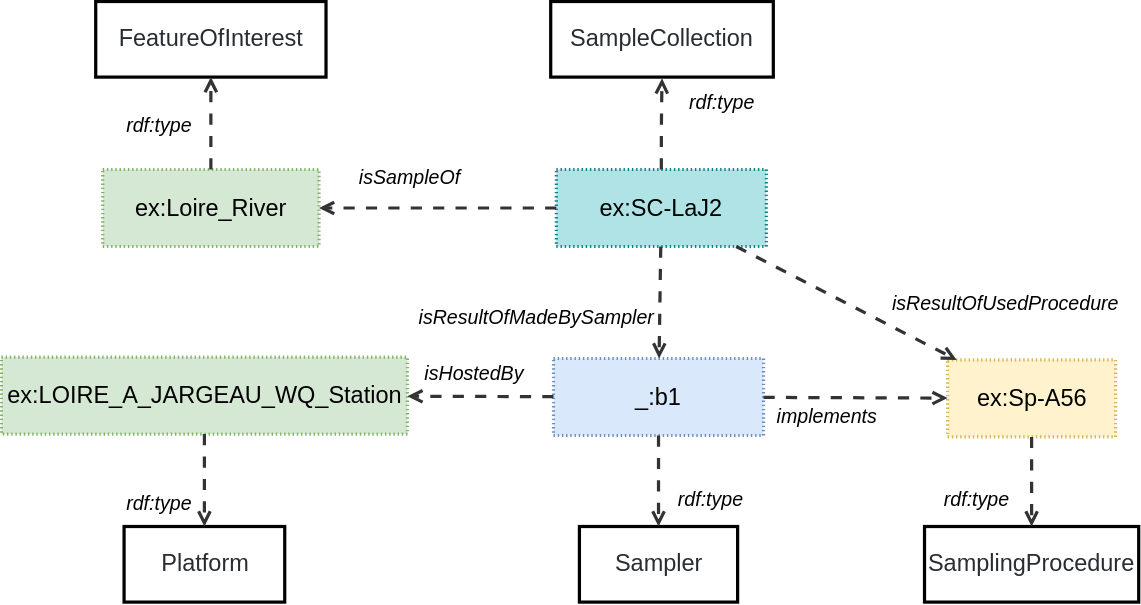
Before: ssn/images/PlannedSampleCollection.svg, a diagram exported from draw.io (w3c/sdw-sosa-ssn). Source tidied: cells renumbered, new cells last; positions are measured from the earlier drawing's top-left corner, leaving out a move shared by most shapes.
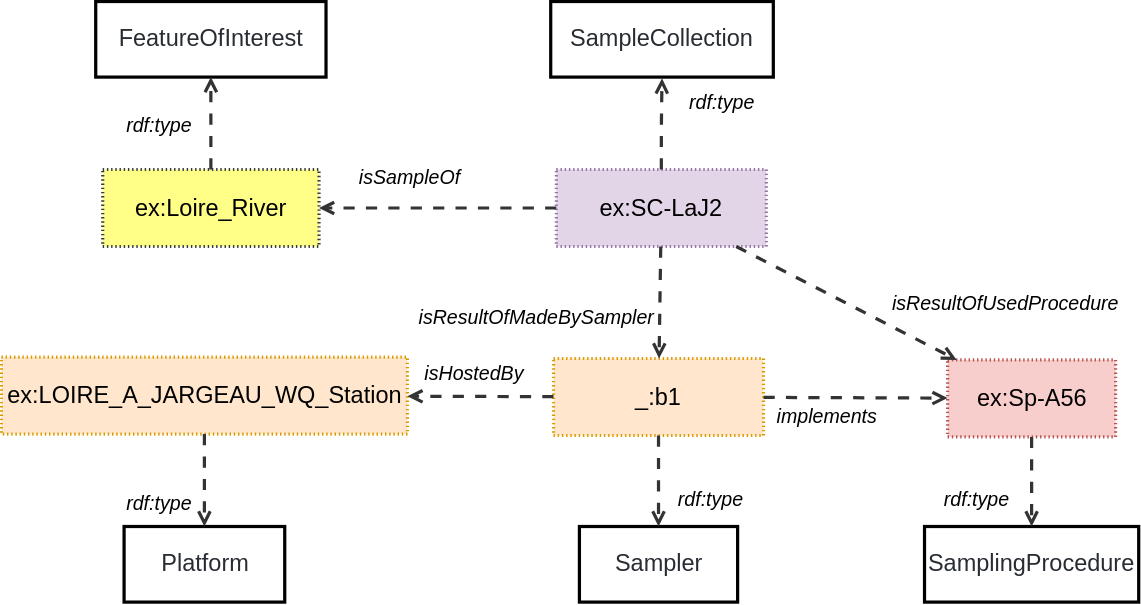
Above is the later version.

Change to the diagram source:
```diff
@@ -2,7 +2,7 @@
   <root>
     <mxCell id="0" />
     <mxCell id="1" parent="0" />
-    <mxCell id="2" value="ex:SC-LaJ2" style="html=1;overflow=block;blockSpacing=1;whiteSpace=wrap;fontSize=16.8;align=center;spacing=0;strokeOpacity=100;fillColor=#b0e3e6;dashed=1;fixDash=1;dashPattern=1 2;strokeWidth=2.3;strokeColor=#0e8088;" parent="1" vertex="1">
+    <mxCell id="2" value="ex:SC-LaJ2" style="html=1;overflow=block;blockSpacing=1;whiteSpace=wrap;fontSize=16.8;align=center;spacing=0;strokeOpacity=100;fillColor=#e1d5e7;dashed=1;fixDash=1;dashPattern=1 2;strokeWidth=2.3;strokeColor=#9673a6;" parent="1" vertex="1">
       <mxGeometry x="396.4" y="120" width="150" height="55" as="geometry" />
     </mxCell>
     <mxCell id="3" value="SampleCollection" style="html=1;overflow=block;blockSpacing=1;whiteSpace=wrap;fontSize=16.8;fontColor=#282c33;align=center;spacing=0;strokeOpacity=100;fillColor=none;strokeWidth=2.3;" parent="1" vertex="1">
@@ -14,7 +14,7 @@
     <mxCell id="5" value="rdf:type" style="html=1;overflow=block;blockSpacing=1;whiteSpace=wrap;fontSize=14;fontStyle=2;align=center;spacing=0;strokeColor=none;strokeOpacity=100;fillOpacity=100;fillColor=none;strokeWidth=2.3;lucidId=ZyNQdXScJ7d8;" parent="1" vertex="1">
       <mxGeometry x="477.4" y="57" width="75" height="30" as="geometry" />
     </mxCell>
-    <mxCell id="6" value="ex:Loire_River" style="html=1;overflow=block;blockSpacing=1;whiteSpace=wrap;fontSize=16.8;align=center;spacing=0;strokeOpacity=100;fillColor=#d5e8d4;dashed=1;fixDash=1;dashPattern=1 2;strokeWidth=2.3;strokeColor=#82b366;" parent="1" vertex="1">
+    <mxCell id="6" value="ex:Loire_River" style="html=1;overflow=block;blockSpacing=1;whiteSpace=wrap;fontSize=16.8;align=center;spacing=0;strokeOpacity=100;fillColor=#ffff88;dashed=1;fixDash=1;dashPattern=1 2;strokeWidth=2.3;strokeColor=#36393d;" parent="1" vertex="1">
       <mxGeometry x="72.4" y="120" width="154.5" height="55" as="geometry" />
     </mxCell>
     <mxCell id="7" style="html=1;jettySize=18;whiteSpace=wrap;fontSize=13;strokeColor=#333333;strokeOpacity=100;dashed=1;fixDash=1;dashPattern=8 8;strokeWidth=2.3;rounded=0;arcSize=24;startArrow=none;endArrow=open;lucidId=a.MQUB3mGXbf;exitX=0;exitY=0.5;exitDx=0;exitDy=0;" parent="1" edge="1" source="2" target="6">
@@ -32,7 +32,7 @@
     <mxCell id="11" style="html=1;jettySize=18;whiteSpace=wrap;fontSize=13;strokeColor=#333333;strokeOpacity=100;dashed=1;fixDash=1;dashPattern=8 8;strokeWidth=2.3;rounded=0;startArrow=none;endArrow=open;lucidId=XvNQ3zJcAKRb;" parent="1" edge="1" source="6" target="9">
       <mxGeometry relative="1" as="geometry" />
     </mxCell>
-    <mxCell id="12" value="_:b1" style="html=1;overflow=block;blockSpacing=1;whiteSpace=wrap;fontSize=16.8;align=center;spacing=0;strokeOpacity=100;fillColor=#dae8fc;dashed=1;fixDash=1;dashPattern=1 2;strokeWidth=2.3;strokeColor=#6c8ebf;" parent="1" vertex="1">
+    <mxCell id="12" value="_:b1" style="html=1;overflow=block;blockSpacing=1;whiteSpace=wrap;fontSize=16.8;align=center;spacing=0;strokeOpacity=100;fillColor=#ffe6cc;dashed=1;fixDash=1;dashPattern=1 2;strokeWidth=2.3;strokeColor=#d79b00;" parent="1" vertex="1">
       <mxGeometry x="394.4" y="255" width="150" height="55" as="geometry" />
     </mxCell>
     <mxCell id="13" value="Sampler" style="html=1;overflow=block;blockSpacing=1;whiteSpace=wrap;fontSize=16.8;fontColor=#282c33;align=center;spacing=0;strokeOpacity=100;fillColor=none;strokeWidth=2.3;" parent="1" vertex="1">
@@ -50,7 +50,7 @@
     <mxCell id="17" value="isResultOfMadeBySampler" style="html=1;overflow=block;blockSpacing=1;whiteSpace=wrap;fontSize=14;fontStyle=2;align=center;spacing=0;strokeColor=none;strokeOpacity=100;fillOpacity=100;fillColor=none;strokeWidth=2.3;lucidId=a.MQIzYVmevB;" parent="1" vertex="1">
       <mxGeometry x="287.4" y="210" width="190" height="30" as="geometry" />
     </mxCell>
-    <mxCell id="18" value="ex:LOIRE_A_JARGEAU_WQ_Station" style="html=1;overflow=block;blockSpacing=1;whiteSpace=wrap;fontSize=16.8;align=center;spacing=0;strokeOpacity=100;fillColor=#d5e8d4;dashed=1;fixDash=1;dashPattern=1 2;strokeWidth=2.3;strokeColor=#82b366;" parent="1" vertex="1">
+    <mxCell id="18" value="ex:LOIRE_A_JARGEAU_WQ_Station" style="html=1;overflow=block;blockSpacing=1;whiteSpace=wrap;fontSize=16.8;align=center;spacing=0;strokeOpacity=100;fillColor=#ffe6cc;dashed=1;fixDash=1;dashPattern=1 2;strokeWidth=2.3;strokeColor=#d79b00;" parent="1" vertex="1">
       <mxGeometry y="254" width="290" height="55" as="geometry" />
     </mxCell>
     <mxCell id="19" value="Platform" style="html=1;overflow=block;blockSpacing=1;whiteSpace=wrap;fontSize=16.8;fontColor=#282c33;align=center;spacing=0;strokeOpacity=100;fillColor=none;strokeWidth=2.3;" parent="1" vertex="1">
@@ -62,7 +62,7 @@
     <mxCell id="21" style="html=1;jettySize=18;whiteSpace=wrap;fontSize=13;strokeColor=#333333;strokeOpacity=100;dashed=1;fixDash=1;dashPattern=8 8;strokeWidth=2.3;rounded=0;startArrow=none;endArrow=open;lucidId=XvNQ3zJcAKRb;" parent="1" edge="1" source="18" target="19">
       <mxGeometry relative="1" as="geometry" />
     </mxCell>
-    <mxCell id="22" value="ex:Sp-A56" style="html=1;overflow=block;blockSpacing=1;whiteSpace=wrap;fontSize=16.8;align=center;spacing=0;strokeOpacity=100;fillColor=#fff2cc;dashed=1;fixDash=1;dashPattern=1 2;strokeWidth=2.3;strokeColor=#d6b656;" parent="1" vertex="1">
+    <mxCell id="22" value="ex:Sp-A56" style="html=1;overflow=block;blockSpacing=1;whiteSpace=wrap;fontSize=16.8;align=center;spacing=0;strokeOpacity=100;fillColor=#f8cecc;dashed=1;fixDash=1;dashPattern=1 2;strokeWidth=2.3;strokeColor=#b85450;" parent="1" vertex="1">
       <mxGeometry x="675.9" y="256" width="120" height="55" as="geometry" />
     </mxCell>
     <mxCell id="23" value="SamplingProcedure" style="html=1;overflow=block;blockSpacing=1;whiteSpace=wrap;fontSize=16.8;fontColor=#282c33;align=center;spacing=0;strokeOpacity=100;fillColor=none;strokeWidth=2.3;" parent="1" vertex="1">
```
